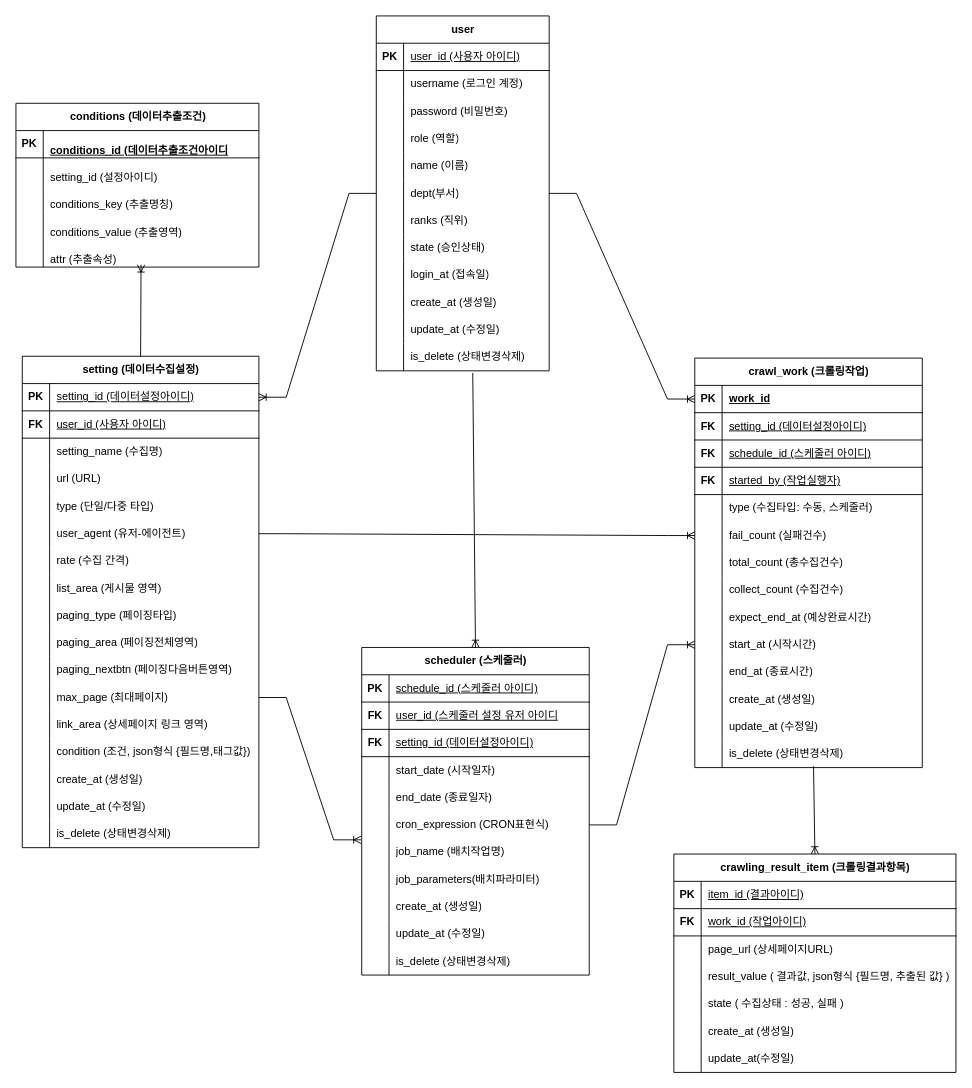
This is 문서/제목 없는 다이어그램.drawio from pky6147/ksis, a draw.io file, before an edit. Source tidied: cells renumbered, new cells numbered last; positions are measured from the earlier drawing's top-left corner, leaving out a move shared by most shapes. Both pictures are drawn from the tidied source at 91%, with x=0, y=0 at pixel (15, 15).
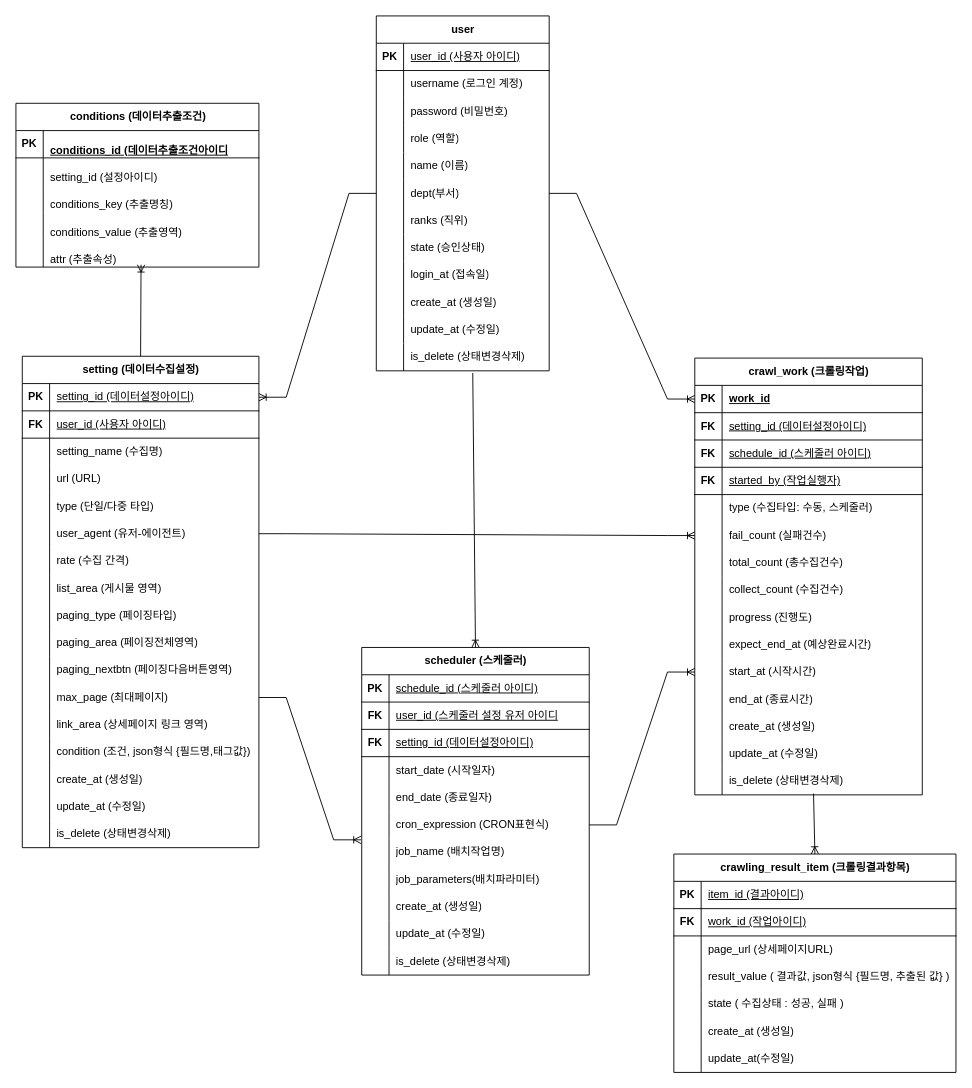
The same diagram, later.

The edit, as a diff of the source:
```diff
@@
     <mxCell id="147" value="crawl_work (크롤링작업)" style="shape=table;startSize=30;childLayout=tableLayout;rowLines=0;fontStyle=1;align=center;html=1;" parent="1" vertex="1">
-      <mxGeometry x="746" y="376" width="250" height="450" as="geometry" />
+      <mxGeometry x="746" y="376" width="250" height="480" as="geometry" />
     </mxCell>
@@
+    <mxCell id="214" style="shape=tableRow;horizontal=0;startSize=0;swimlaneHead=0;swimlaneBody=0;fillColor=none;top=0;left=0;right=0;bottom=0;" parent="147" vertex="1">
+      <mxGeometry y="270" width="250" height="30" as="geometry" />
+    </mxCell>
+    <mxCell id="215" style="shape=partialRectangle;fillColor=none;top=0;left=0;bottom=0;right=0;overflow=hidden;whiteSpace=wrap;html=1;" parent="214" vertex="1">
+      <mxGeometry width="30" height="30" as="geometry" />
+    </mxCell>
+    <mxCell id="216" value="progress (진행도)" style="shape=partialRectangle;fillColor=none;top=0;left=0;bottom=0;right=0;align=left;spacingLeft=6;overflow=hidden;whiteSpace=wrap;html=1;" parent="214" vertex="1">
+      <mxGeometry x="30" width="220" height="30" as="geometry" />
+    </mxCell>
     <mxCell id="172" style="shape=tableRow;horizontal=0;startSize=0;swimlaneHead=0;swimlaneBody=0;fillColor=none;top=0;left=0;right=0;bottom=0;" parent="147" vertex="1">
-      <mxGeometry y="270" width="250" height="30" as="geometry" />
+      <mxGeometry y="300" width="250" height="30" as="geometry" />
     </mxCell>
@@
     <mxCell id="175" style="shape=tableRow;horizontal=0;startSize=0;swimlaneHead=0;swimlaneBody=0;fillColor=none;points=[[0,0.5],[1,0.5]];portConstraint=eastwest;top=0;left=0;right=0;bottom=0;" parent="147" vertex="1">
-      <mxGeometry y="300" width="250" height="30" as="geometry" />
+      <mxGeometry y="330" width="250" height="30" as="geometry" />
     </mxCell>
@@
     <mxCell id="178" style="shape=tableRow;horizontal=0;startSize=0;swimlaneHead=0;swimlaneBody=0;fillColor=none;top=0;left=0;right=0;bottom=0;" parent="147" vertex="1">
-      <mxGeometry y="330" width="250" height="30" as="geometry" />
+      <mxGeometry y="360" width="250" height="30" as="geometry" />
     </mxCell>
@@
     <mxCell id="181" style="shape=tableRow;horizontal=0;startSize=0;swimlaneHead=0;swimlaneBody=0;fillColor=none;top=0;left=0;right=0;bottom=0;" parent="147" vertex="1">
-      <mxGeometry y="360" width="250" height="30" as="geometry" />
+      <mxGeometry y="390" width="250" height="30" as="geometry" />
     </mxCell>
@@
     <mxCell id="184" style="shape=tableRow;horizontal=0;startSize=0;swimlaneHead=0;swimlaneBody=0;fillColor=none;top=0;left=0;right=0;bottom=0;" parent="147" vertex="1">
-      <mxGeometry y="390" width="250" height="30" as="geometry" />
+      <mxGeometry y="420" width="250" height="30" as="geometry" />
     </mxCell>
@@
     <mxCell id="187" style="shape=tableRow;horizontal=0;startSize=0;swimlaneHead=0;swimlaneBody=0;fillColor=none;points=[[0,0.5],[1,0.5]];portConstraint=eastwest;top=0;left=0;right=0;bottom=0;" parent="147" vertex="1">
-      <mxGeometry y="420" width="250" height="30" as="geometry" />
+      <mxGeometry y="450" width="250" height="30" as="geometry" />
     </mxCell>
```
